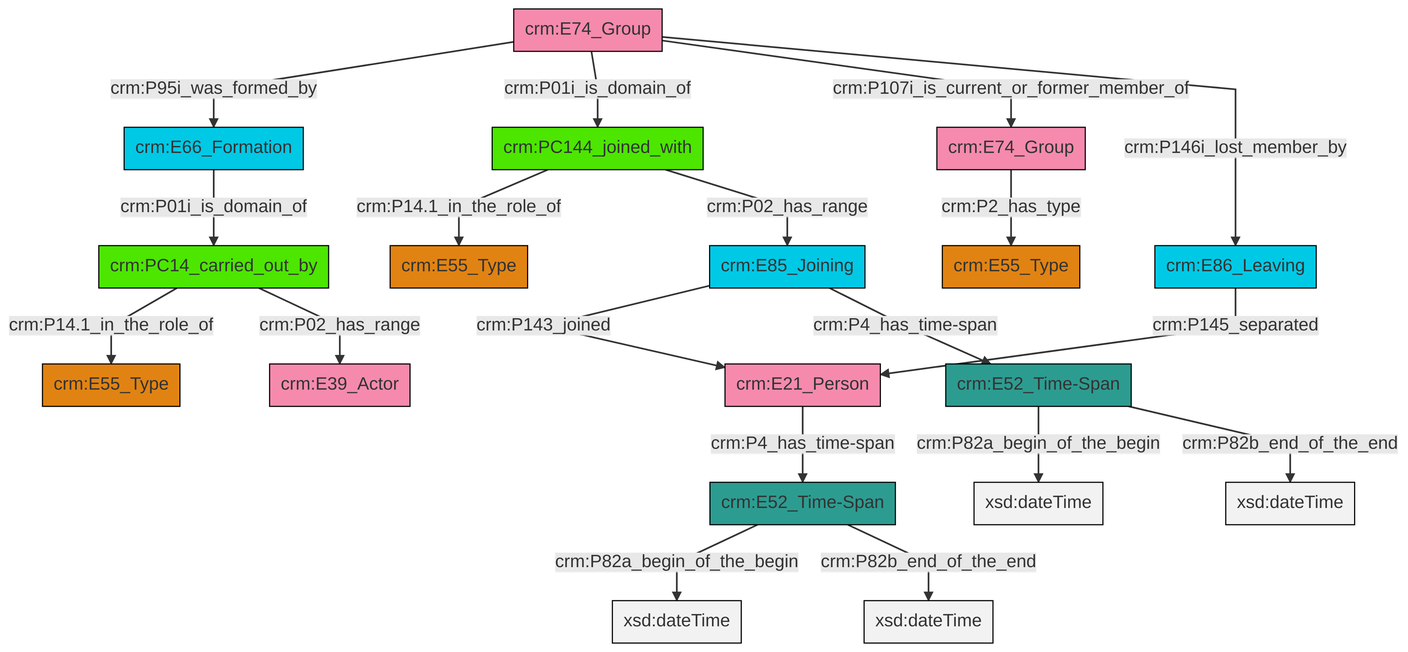
Earlier version of the Mermaid export et/groupCSV/ttl/mmd/png/group_actor_relations.png (swiss-art-research-net/docs.swissartresearch). Its source is kept beside it as et/groupCSV/ttl/mmd/group_actor_relations.ttl.mmd.
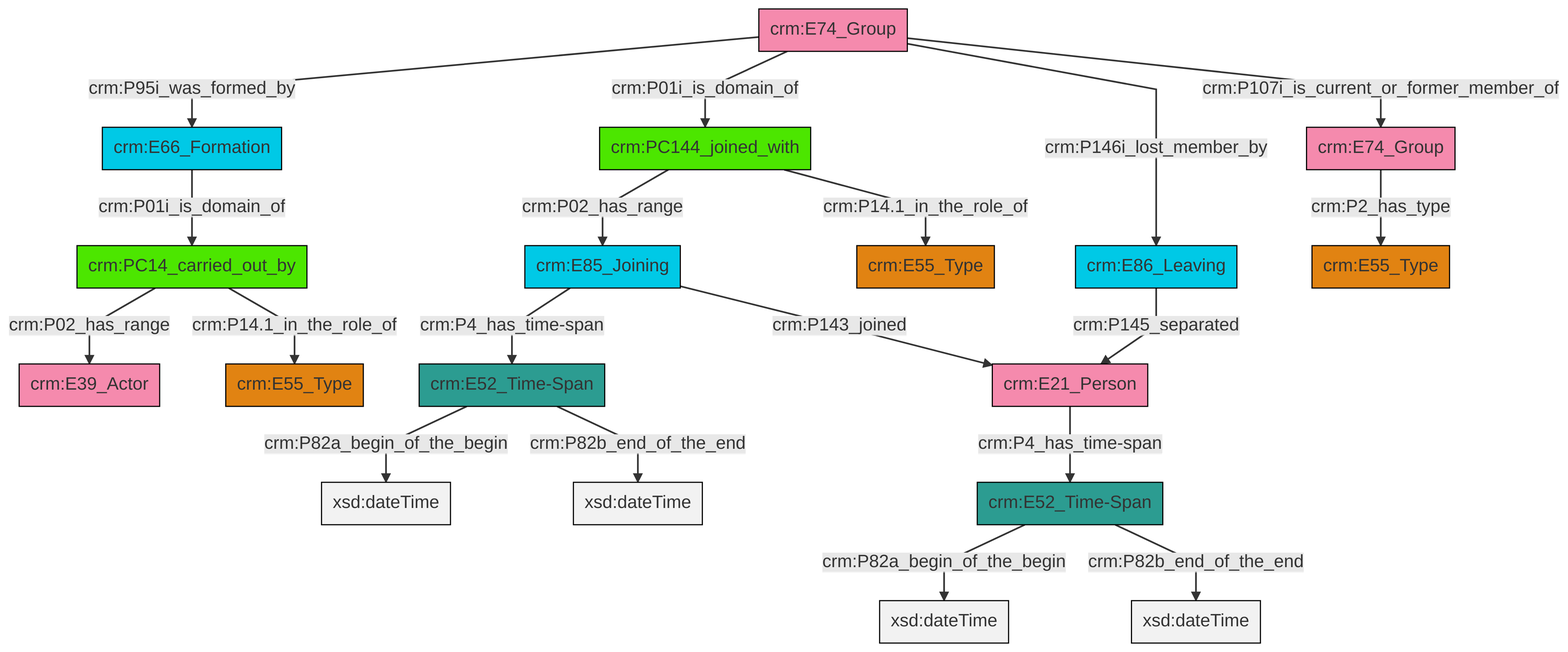
The same file after the commit.

Diff of the diagram source:
```diff
@@ -13,21 +13,21 @@
 classDef PC_Classes fill:#4ce600, stroke:#000000;
 classDef Multi fill:#cccccc,stroke:#000000;
 
-2["crm:E85_Joining"]:::Temporal_Entity -->|crm:P143_joined| 3["crm:E21_Person"]:::Actor
-4["crm:PC14_carried_out_by"]:::PC_Classes -->|crm:P14.1_in_the_role_of| 0["crm:E55_Type"]:::Type
-9["crm:E52_Time-Span"]:::Time-Span -->|crm:P82a_begin_of_the_begin| 10[xsd:dateTime]:::Literal
-11["crm:E74_Group"]:::Actor -->|crm:P95i_was_formed_by| 12["crm:E66_Formation"]:::Temporal_Entity
-19["crm:E86_Leaving"]:::Temporal_Entity -->|crm:P145_separated| 3["crm:E21_Person"]:::Actor
-20["crm:E52_Time-Span"]:::Time-Span -->|crm:P82a_begin_of_the_begin| 21[xsd:dateTime]:::Literal
-23["crm:PC144_joined_with"]:::PC_Classes -->|crm:P14.1_in_the_role_of| 5["crm:E55_Type"]:::Type
-11["crm:E74_Group"]:::Actor -->|crm:P01i_is_domain_of| 23["crm:PC144_joined_with"]:::PC_Classes
-4["crm:PC14_carried_out_by"]:::PC_Classes -->|crm:P02_has_range| 16["crm:E39_Actor"]:::Actor
-9["crm:E52_Time-Span"]:::Time-Span -->|crm:P82b_end_of_the_end| 26[xsd:dateTime]:::Literal
-11["crm:E74_Group"]:::Actor -->|crm:P107i_is_current_or_former_member_of| 7["crm:E74_Group"]:::Actor
-20["crm:E52_Time-Span"]:::Time-Span -->|crm:P82b_end_of_the_end| 30[xsd:dateTime]:::Literal
-12["crm:E66_Formation"]:::Temporal_Entity -->|crm:P01i_is_domain_of| 4["crm:PC14_carried_out_by"]:::PC_Classes
-11["crm:E74_Group"]:::Actor -->|crm:P146i_lost_member_by| 19["crm:E86_Leaving"]:::Temporal_Entity
-23["crm:PC144_joined_with"]:::PC_Classes -->|crm:P02_has_range| 2["crm:E85_Joining"]:::Temporal_Entity
-2["crm:E85_Joining"]:::Temporal_Entity -->|crm:P4_has_time-span| 9["crm:E52_Time-Span"]:::Time-Span
-7["crm:E74_Group"]:::Actor -->|crm:P2_has_type| 13["crm:E55_Type"]:::Type
-3["crm:E21_Person"]:::Actor -->|crm:P4_has_time-span| 20["crm:E52_Time-Span"]:::Time-Span
+0["crm:PC14_carried_out_by"]:::PC_Classes -->|crm:P02_has_range| 1["crm:E39_Actor"]:::Actor
+4["crm:E52_Time-Span"]:::Time-Span -->|crm:P82a_begin_of_the_begin| 5[xsd:dateTime]:::Literal
+6["crm:E74_Group"]:::Actor -->|crm:P95i_was_formed_by| 8["crm:E66_Formation"]:::Temporal_Entity
+9["crm:E86_Leaving"]:::Temporal_Entity -->|crm:P145_separated| 10["crm:E21_Person"]:::Actor
+2["crm:PC144_joined_with"]:::PC_Classes -->|crm:P02_has_range| 17["crm:E85_Joining"]:::Temporal_Entity
+6["crm:E74_Group"]:::Actor -->|crm:P01i_is_domain_of| 2["crm:PC144_joined_with"]:::PC_Classes
+17["crm:E85_Joining"]:::Temporal_Entity -->|crm:P4_has_time-span| 4["crm:E52_Time-Span"]:::Time-Span
+17["crm:E85_Joining"]:::Temporal_Entity -->|crm:P143_joined| 10["crm:E21_Person"]:::Actor
+2["crm:PC144_joined_with"]:::PC_Classes -->|crm:P14.1_in_the_role_of| 11["crm:E55_Type"]:::Type
+10["crm:E21_Person"]:::Actor -->|crm:P4_has_time-span| 15["crm:E52_Time-Span"]:::Time-Span
+15["crm:E52_Time-Span"]:::Time-Span -->|crm:P82a_begin_of_the_begin| 19[xsd:dateTime]:::Literal
+8["crm:E66_Formation"]:::Temporal_Entity -->|crm:P01i_is_domain_of| 0["crm:PC14_carried_out_by"]:::PC_Classes
+6["crm:E74_Group"]:::Actor -->|crm:P146i_lost_member_by| 9["crm:E86_Leaving"]:::Temporal_Entity
+0["crm:PC14_carried_out_by"]:::PC_Classes -->|crm:P14.1_in_the_role_of| 23["crm:E55_Type"]:::Type
+4["crm:E52_Time-Span"]:::Time-Span -->|crm:P82b_end_of_the_end| 28[xsd:dateTime]:::Literal
+29["crm:E74_Group"]:::Actor -->|crm:P2_has_type| 13["crm:E55_Type"]:::Type
+6["crm:E74_Group"]:::Actor -->|crm:P107i_is_current_or_former_member_of| 29["crm:E74_Group"]:::Actor
+15["crm:E52_Time-Span"]:::Time-Span -->|crm:P82b_end_of_the_end| 33[xsd:dateTime]:::Literal
```
